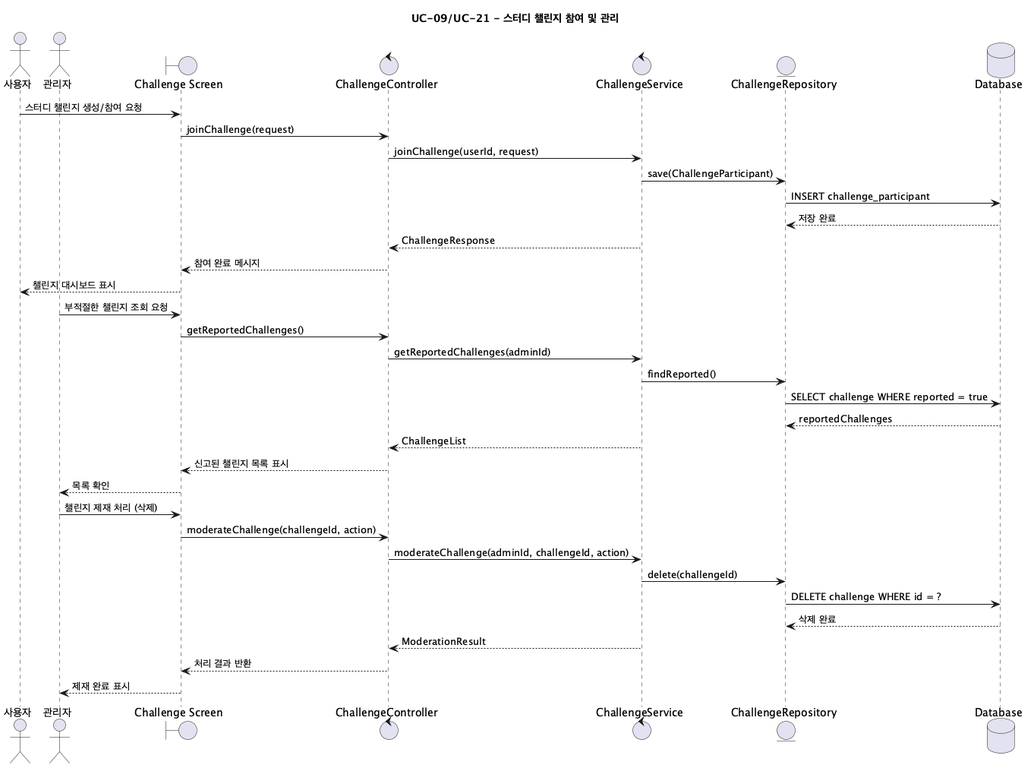
Earlier version of the PlantUML export screenshots/sequence-diagram/UC09-21_StudyChallenge.png (jeongiryang/SoftwareEngineering_team15_project_-Smart-Edu-Platform). The source it was exported from:
```plantuml
@startuml UC09-21_StudyChallenge
title UC-09/UC-21 - 스터디 챌린지 참여 및 관리

actor "사용자" as User
actor "관리자" as Admin
boundary "Challenge Screen" as UI
control "ChallengeController" as ChallengeController
control "ChallengeService" as ChallengeService
entity "ChallengeRepository" as ChallengeRepository
database "Database" as DB

User -> UI: 스터디 챌린지 생성/참여 요청
UI -> ChallengeController: joinChallenge(request)
ChallengeController -> ChallengeService: joinChallenge(userId, request)
ChallengeService -> ChallengeRepository: save(ChallengeParticipant)
ChallengeRepository -> DB: INSERT challenge_participant
DB --> ChallengeRepository: 저장 완료
ChallengeService --> ChallengeController: ChallengeResponse
ChallengeController --> UI: 참여 완료 메시지
UI --> User: 챌린지 대시보드 표시

Admin -> UI: 부적절한 챌린지 조회 요청
UI -> ChallengeController: getReportedChallenges()
ChallengeController -> ChallengeService: getReportedChallenges(adminId)
ChallengeService -> ChallengeRepository: findReported()
ChallengeRepository -> DB: SELECT challenge WHERE reported = true
DB --> ChallengeRepository: reportedChallenges
ChallengeService --> ChallengeController: ChallengeList
ChallengeController --> UI: 신고된 챌린지 목록 표시
UI --> Admin: 목록 확인

Admin -> UI: 챌린지 제재 처리 (삭제)
UI -> ChallengeController: moderateChallenge(challengeId, action)
ChallengeController -> ChallengeService: moderateChallenge(adminId, challengeId, action)
ChallengeService -> ChallengeRepository: delete(challengeId)
ChallengeRepository -> DB: DELETE challenge WHERE id = ?
DB --> ChallengeRepository: 삭제 완료
ChallengeService --> ChallengeController: ModerationResult
ChallengeController --> UI: 처리 결과 반환
UI --> Admin: 제재 완료 표시
@enduml
```
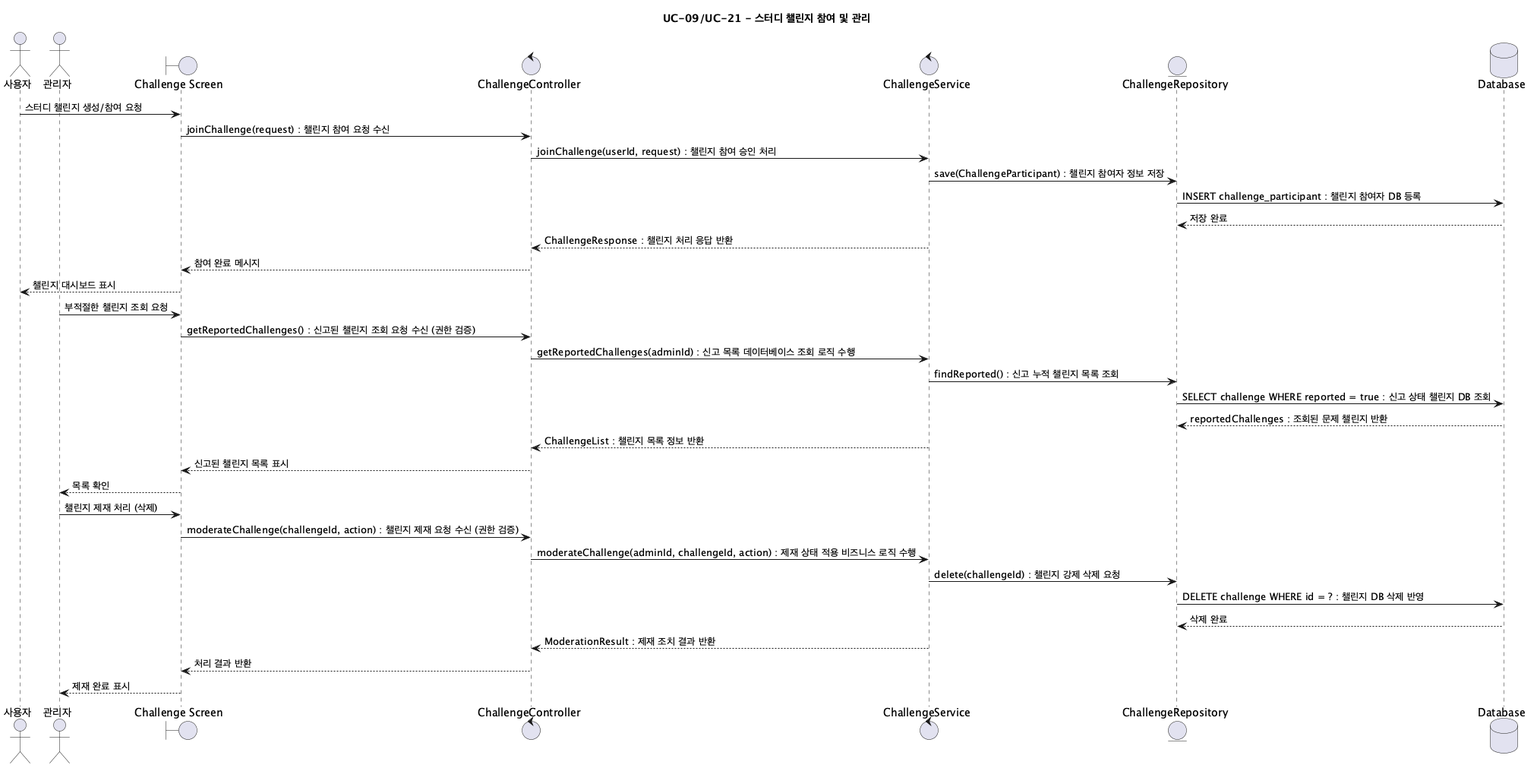
After the change.

What changed in the source:
```diff
@@ -10,32 +10,32 @@
 database "Database" as DB
 
 User -> UI: 스터디 챌린지 생성/참여 요청
-UI -> ChallengeController: joinChallenge(request)
-ChallengeController -> ChallengeService: joinChallenge(userId, request)
-ChallengeService -> ChallengeRepository: save(ChallengeParticipant)
-ChallengeRepository -> DB: INSERT challenge_participant
+UI -> ChallengeController: joinChallenge(request) : 챌린지 참여 요청 수신
+ChallengeController -> ChallengeService: joinChallenge(userId, request) : 챌린지 참여 승인 처리
+ChallengeService -> ChallengeRepository: save(ChallengeParticipant) : 챌린지 참여자 정보 저장
+ChallengeRepository -> DB: INSERT challenge_participant : 챌린지 참여자 DB 등록
 DB --> ChallengeRepository: 저장 완료
-ChallengeService --> ChallengeController: ChallengeResponse
+ChallengeService --> ChallengeController: ChallengeResponse : 챌린지 처리 응답 반환
 ChallengeController --> UI: 참여 완료 메시지
 UI --> User: 챌린지 대시보드 표시
 
 Admin -> UI: 부적절한 챌린지 조회 요청
-UI -> ChallengeController: getReportedChallenges()
-ChallengeController -> ChallengeService: getReportedChallenges(adminId)
-ChallengeService -> ChallengeRepository: findReported()
-ChallengeRepository -> DB: SELECT challenge WHERE reported = true
-DB --> ChallengeRepository: reportedChallenges
-ChallengeService --> ChallengeController: ChallengeList
+UI -> ChallengeController: getReportedChallenges() : 신고된 챌린지 조회 요청 수신 (권한 검증)
+ChallengeController -> ChallengeService: getReportedChallenges(adminId) : 신고 목록 데이터베이스 조회 로직 수행
+ChallengeService -> ChallengeRepository: findReported() : 신고 누적 챌린지 목록 조회
+ChallengeRepository -> DB: SELECT challenge WHERE reported = true : 신고 상태 챌린지 DB 조회
+DB --> ChallengeRepository: reportedChallenges : 조회된 문제 챌린지 반환
+ChallengeService --> ChallengeController: ChallengeList : 챌린지 목록 정보 반환
 ChallengeController --> UI: 신고된 챌린지 목록 표시
 UI --> Admin: 목록 확인
 
 Admin -> UI: 챌린지 제재 처리 (삭제)
-UI -> ChallengeController: moderateChallenge(challengeId, action)
-ChallengeController -> ChallengeService: moderateChallenge(adminId, challengeId, action)
-ChallengeService -> ChallengeRepository: delete(challengeId)
-ChallengeRepository -> DB: DELETE challenge WHERE id = ?
+UI -> ChallengeController: moderateChallenge(challengeId, action) : 챌린지 제재 요청 수신 (권한 검증)
+ChallengeController -> ChallengeService: moderateChallenge(adminId, challengeId, action) : 제재 상태 적용 비즈니스 로직 수행
+ChallengeService -> ChallengeRepository: delete(challengeId) : 챌린지 강제 삭제 요청
+ChallengeRepository -> DB: DELETE challenge WHERE id = ? : 챌린지 DB 삭제 반영
 DB --> ChallengeRepository: 삭제 완료
-ChallengeService --> ChallengeController: ModerationResult
+ChallengeService --> ChallengeController: ModerationResult : 제재 조치 결과 반환
 ChallengeController --> UI: 처리 결과 반환
 UI --> Admin: 제재 완료 표시
 @enduml
```
